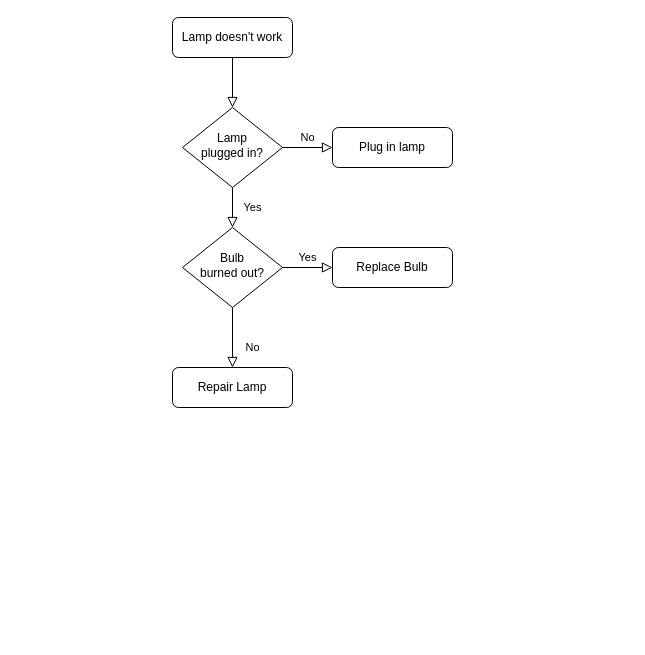
Before: Untitled Diagram.drawio in RaphaelSalexandre/Raphael-Souza-Alexandre, a draw.io diagram. Source tidied: cells renumbered, new cells numbered last; positions are measured from the earlier drawing's top-left corner, leaving out a move shared by most shapes. Both pictures are drawn from the tidied source at 100%, with x=0, y=0 at pixel (172, 17).
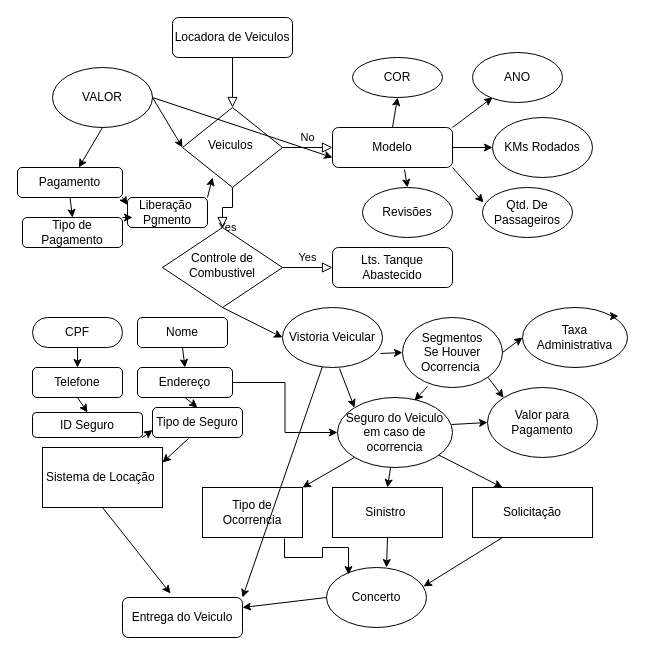
The same diagram, later.

What changed in the source:
```diff
@@
-    <mxCell id="3" value="Lamp doesn't work" style="rounded=1;whiteSpace=wrap;html=1;fontSize=12;glass=0;strokeWidth=1;shadow=0;" parent="1" vertex="1">
+    <mxCell id="3" value="Locadora de Veiculos" style="rounded=1;whiteSpace=wrap;html=1;fontSize=12;glass=0;strokeWidth=1;shadow=0;" parent="1" vertex="1">
       <mxGeometry width="120" height="40" as="geometry" />
     </mxCell>
@@
-    <mxCell id="6" value="Lamp&lt;br&gt;plugged in?" style="rhombus;whiteSpace=wrap;html=1;shadow=0;fontFamily=Helvetica;fontSize=12;align=center;strokeWidth=1;spacing=6;spacingTop=-4;" parent="1" vertex="1">
+    <mxCell id="6" value="Veiculos&lt;span style=&quot;white-space: pre&quot;&gt; &lt;/span&gt;" style="rhombus;whiteSpace=wrap;html=1;shadow=0;fontFamily=Helvetica;fontSize=12;align=center;strokeWidth=1;spacing=6;spacingTop=-4;" parent="1" vertex="1">
       <mxGeometry x="10" y="90" width="100" height="80" as="geometry" />
     </mxCell>
-    <mxCell id="7" value="Plug in lamp" style="rounded=1;whiteSpace=wrap;html=1;fontSize=12;glass=0;strokeWidth=1;shadow=0;" parent="1" vertex="1">
+    <mxCell id="7" value="Modelo" style="rounded=1;whiteSpace=wrap;html=1;fontSize=12;glass=0;strokeWidth=1;shadow=0;" parent="1" vertex="1">
       <mxGeometry x="160" y="110" width="120" height="40" as="geometry" />
     </mxCell>
-    <mxCell id="8" value="No" style="rounded=0;html=1;jettySize=auto;fontSize=11;endArrow=block;endFill=0;endSize=8;strokeWidth=1;shadow=0;labelBackgroundColor=none;edgeStyle=orthogonalEdgeStyle;" parent="1" edge="1" source="10" target="11">
-      <mxGeometry x="0.33" y="20" relative="1" as="geometry" />
-    </mxCell>
@@
-    <mxCell id="10" value="Bulb&lt;br&gt;burned out?" style="rhombus;whiteSpace=wrap;html=1;shadow=0;fontFamily=Helvetica;fontSize=12;align=center;strokeWidth=1;spacing=6;spacingTop=-4;" parent="1" vertex="1">
-      <mxGeometry x="10" y="210" width="100" height="80" as="geometry" />
+    <mxCell id="10" value="Controle de Combustivel" style="rhombus;whiteSpace=wrap;html=1;shadow=0;fontFamily=Helvetica;fontSize=12;align=center;strokeWidth=1;spacing=6;spacingTop=-4;" parent="1" vertex="1">
+      <mxGeometry x="-10" y="210" width="120" height="80" as="geometry" />
     </mxCell>
-    <mxCell id="11" value="Repair Lamp" style="rounded=1;whiteSpace=wrap;html=1;fontSize=12;glass=0;strokeWidth=1;shadow=0;" parent="1" vertex="1">
-      <mxGeometry y="350" width="120" height="40" as="geometry" />
+    <mxCell id="11" value="Entrega do Veiculo" style="rounded=1;whiteSpace=wrap;html=1;fontSize=12;glass=0;strokeWidth=1;shadow=0;" parent="1" vertex="1">
+      <mxGeometry x="-50" y="580" width="120" height="40" as="geometry" />
     </mxCell>
-    <mxCell id="12" value="Replace Bulb" style="rounded=1;whiteSpace=wrap;html=1;fontSize=12;glass=0;strokeWidth=1;shadow=0;" parent="1" vertex="1">
+    <mxCell id="12" value="Lts. Tanque Abastecido" style="rounded=1;whiteSpace=wrap;html=1;fontSize=12;glass=0;strokeWidth=1;shadow=0;" parent="1" vertex="1">
       <mxGeometry x="160" y="230" width="120" height="40" as="geometry" />
     </mxCell>
+    <mxCell id="13" value="COR" style="ellipse;whiteSpace=wrap;html=1;" parent="1" vertex="1">
+      <mxGeometry x="180" y="40" width="90" height="40" as="geometry" />
+    </mxCell>
+    <mxCell id="14" value="ANO" style="ellipse;whiteSpace=wrap;html=1;" parent="1" vertex="1">
+      <mxGeometry x="300" y="35" width="90" height="50" as="geometry" />
+    </mxCell>
+    <mxCell id="15" value="KMs Rodados" style="ellipse;whiteSpace=wrap;html=1;" parent="1" vertex="1">
+      <mxGeometry x="320" y="100" width="100" height="60" as="geometry" />
+    </mxCell>
+    <mxCell id="16" value="Revisões" style="ellipse;whiteSpace=wrap;html=1;" parent="1" vertex="1">
+      <mxGeometry x="190" y="170" width="90" height="50" as="geometry" />
+    </mxCell>
+    <mxCell id="17" value="Qtd. De Passageiros" style="ellipse;whiteSpace=wrap;html=1;" parent="1" vertex="1">
+      <mxGeometry x="310" y="170" width="90" height="50" as="geometry" />
+    </mxCell>
+    <mxCell id="18" value="VALOR" style="ellipse;whiteSpace=wrap;html=1;" parent="1" vertex="1">
+      <mxGeometry x="-120" y="50" width="100" height="60" as="geometry" />
+    </mxCell>
+    <mxCell id="19" style="endArrow=classic;startArrow=classic;html=1;rounded=0;entryX=0;entryY=0.5;entryDx=0;entryDy=0;exitX=0;exitY=0.75;exitDx=0;exitDy=0;" parent="1" edge="1" source="7" target="6">
+      <mxGeometry relative="1" as="geometry">
+        <Array as="points">
+          <mxPoint x="-20" y="80" />
+        </Array>
+      </mxGeometry>
+    </mxCell>
+    <mxCell id="20" style="endArrow=classic;html=1;rounded=0;entryX=0.5;entryY=1;entryDx=0;entryDy=0;exitX=0.5;exitY=0;exitDx=0;exitDy=0;" parent="1" edge="1" source="7" target="13">
+      <mxGeometry relative="1" as="geometry" />
+    </mxCell>
+    <mxCell id="21" style="endArrow=classic;html=1;rounded=0;exitX=1;exitY=0;exitDx=0;exitDy=0;entryX=0.222;entryY=0.9;entryDx=0;entryDy=0;entryPerimeter=0;" parent="1" edge="1" source="7" target="14">
+      <mxGeometry relative="1" as="geometry" />
+    </mxCell>
+    <mxCell id="22" style="endArrow=classic;html=1;rounded=0;exitX=1;exitY=0.5;exitDx=0;exitDy=0;entryX=0;entryY=0.5;entryDx=0;entryDy=0;" parent="1" edge="1" source="7" target="15">
+      <mxGeometry relative="1" as="geometry" />
+    </mxCell>
+    <mxCell id="23" style="endArrow=classic;html=1;rounded=0;entryX=0.011;entryY=0.3;entryDx=0;entryDy=0;entryPerimeter=0;exitX=1;exitY=1;exitDx=0;exitDy=0;" parent="1" edge="1" source="7" target="17">
+      <mxGeometry relative="1" as="geometry" />
+    </mxCell>
+    <mxCell id="24" style="endArrow=classic;html=1;rounded=0;exitX=0.6;exitY=1.05;exitDx=0;exitDy=0;exitPerimeter=0;entryX=0.5;entryY=0;entryDx=0;entryDy=0;" parent="1" edge="1" source="7" target="16">
+      <mxGeometry relative="1" as="geometry" />
+    </mxCell>
+    <mxCell id="25" value="Vistoria Veicular" style="ellipse;whiteSpace=wrap;html=1;" parent="1" vertex="1">
+      <mxGeometry x="110" y="290" width="100" height="60" as="geometry" />
+    </mxCell>
+    <mxCell id="26" value="Taxa Administrativa" style="ellipse;whiteSpace=wrap;html=1;" parent="1" vertex="1">
+      <mxGeometry x="350" y="290" width="105" height="60" as="geometry" />
+    </mxCell>
+    <mxCell id="27" value="Seguro do Veiculo em caso de ocorrencia" style="ellipse;whiteSpace=wrap;html=1;" parent="1" vertex="1">
+      <mxGeometry x="165" y="380" width="115" height="70" as="geometry" />
+    </mxCell>
+    <mxCell id="28" value="Valor para Pagamento" style="ellipse;whiteSpace=wrap;html=1;" parent="1" vertex="1">
+      <mxGeometry x="315" y="370" width="110" height="70" as="geometry" />
+    </mxCell>
+    <mxCell id="29" value="Tipo de Ocorrencia" style="rounded=0;whiteSpace=wrap;html=1;" parent="1" vertex="1">
+      <mxGeometry x="30" y="470" width="100" height="50" as="geometry" />
+    </mxCell>
+    <mxCell id="30" value="Solicitação" style="rounded=0;whiteSpace=wrap;html=1;" parent="1" vertex="1">
+      <mxGeometry x="300" y="470" width="120" height="50" as="geometry" />
+    </mxCell>
+    <mxCell id="31" value="Sinistro&amp;nbsp;" style="rounded=0;whiteSpace=wrap;html=1;" parent="1" vertex="1">
+      <mxGeometry x="160" y="470" width="110" height="50" as="geometry" />
+    </mxCell>
+    <mxCell id="32" value="Concerto" style="ellipse;whiteSpace=wrap;html=1;" parent="1" vertex="1">
+      <mxGeometry x="154" y="550" width="100" height="60" as="geometry" />
+    </mxCell>
+    <mxCell id="33" value="Segmentos&lt;br&gt;Se Houver Ocorrencia&amp;nbsp;" style="ellipse;whiteSpace=wrap;html=1;" parent="1" vertex="1">
+      <mxGeometry x="230" y="300" width="100" height="70" as="geometry" />
+    </mxCell>
+    <mxCell id="34" style="edgeStyle=orthogonalEdgeStyle;rounded=0;orthogonalLoop=1;jettySize=auto;html=1;exitX=1;exitY=0;exitDx=0;exitDy=0;entryX=0.914;entryY=0.15;entryDx=0;entryDy=0;entryPerimeter=0;" parent="1" edge="1" source="26" target="26">
+      <mxGeometry relative="1" as="geometry" />
+    </mxCell>
+    <mxCell id="35" style="endArrow=classic;html=1;rounded=0;exitX=0.5;exitY=1;exitDx=0;exitDy=0;entryX=0;entryY=0.5;entryDx=0;entryDy=0;" parent="1" edge="1" source="10" target="25">
+      <mxGeometry relative="1" as="geometry" />
+    </mxCell>
+    <mxCell id="36" style="endArrow=classic;html=1;rounded=0;entryX=1;entryY=0;entryDx=0;entryDy=0;" parent="1" edge="1" source="25" target="11">
+      <mxGeometry relative="1" as="geometry" />
+    </mxCell>
+    <mxCell id="37" style="endArrow=classic;html=1;rounded=0;entryX=0;entryY=0;entryDx=0;entryDy=0;exitX=0.57;exitY=1.017;exitDx=0;exitDy=0;exitPerimeter=0;" parent="1" edge="1" source="25" target="27">
+      <mxGeometry relative="1" as="geometry" />
+    </mxCell>
+    <mxCell id="38" style="endArrow=classic;html=1;rounded=0;exitX=0.98;exitY=0.767;exitDx=0;exitDy=0;exitPerimeter=0;entryX=0;entryY=0.5;entryDx=0;entryDy=0;" parent="1" edge="1" source="25" target="33">
+      <mxGeometry relative="1" as="geometry" />
+    </mxCell>
+    <mxCell id="39" style="endArrow=classic;html=1;rounded=0;exitX=0.25;exitY=0.986;exitDx=0;exitDy=0;exitPerimeter=0;entryX=0.67;entryY=0.043;entryDx=0;entryDy=0;entryPerimeter=0;" parent="1" edge="1" source="33" target="27">
+      <mxGeometry relative="1" as="geometry" />
+    </mxCell>
+    <mxCell id="40" style="endArrow=classic;html=1;rounded=0;exitX=0.991;exitY=0.386;exitDx=0;exitDy=0;exitPerimeter=0;entryX=0;entryY=0.5;entryDx=0;entryDy=0;" parent="1" edge="1" source="27" target="28">
+      <mxGeometry relative="1" as="geometry" />
+    </mxCell>
+    <mxCell id="41" style="endArrow=classic;html=1;rounded=0;entryX=0;entryY=0.5;entryDx=0;entryDy=0;exitX=1;exitY=0.5;exitDx=0;exitDy=0;" parent="1" edge="1" source="33" target="26">
+      <mxGeometry relative="1" as="geometry" />
+    </mxCell>
+    <mxCell id="42" style="endArrow=classic;html=1;rounded=0;entryX=0;entryY=0;entryDx=0;entryDy=0;exitX=1;exitY=1;exitDx=0;exitDy=0;" parent="1" edge="1" source="33" target="28">
+      <mxGeometry relative="1" as="geometry" />
+    </mxCell>
+    <mxCell id="43" style="endArrow=classic;html=1;rounded=0;exitX=0;exitY=1;exitDx=0;exitDy=0;entryX=1;entryY=0;entryDx=0;entryDy=0;" parent="1" edge="1" source="27" target="29">
+      <mxGeometry relative="1" as="geometry" />
+    </mxCell>
+    <mxCell id="44" style="endArrow=classic;html=1;rounded=0;entryX=0.5;entryY=0;entryDx=0;entryDy=0;" parent="1" edge="1" source="27" target="31">
+      <mxGeometry relative="1" as="geometry" />
+    </mxCell>
+    <mxCell id="45" style="endArrow=classic;html=1;rounded=0;entryX=0.25;entryY=0;entryDx=0;entryDy=0;" parent="1" edge="1" source="27" target="30">
+      <mxGeometry relative="1" as="geometry" />
+    </mxCell>
+    <mxCell id="46" style="edgeStyle=orthogonalEdgeStyle;rounded=0;jettySize=auto;html=1;exitX=0.82;exitY=1.02;exitDx=0;exitDy=0;entryX=0.22;entryY=0.117;entryDx=0;entryDy=0;entryPerimeter=0;exitPerimeter=0;" parent="1" edge="1" source="29" target="32">
+      <mxGeometry relative="1" as="geometry" />
+    </mxCell>
+    <mxCell id="47" style="endArrow=classic;html=1;rounded=0;entryX=0.6;entryY=0;entryDx=0;entryDy=0;entryPerimeter=0;exitX=0.5;exitY=1;exitDx=0;exitDy=0;" parent="1" edge="1" source="31" target="32">
+      <mxGeometry relative="1" as="geometry" />
+    </mxCell>
+    <mxCell id="48" style="endArrow=classic;html=1;rounded=0;entryX=0.97;entryY=0.317;entryDx=0;entryDy=0;exitX=0.25;exitY=1;exitDx=0;exitDy=0;entryPerimeter=0;" parent="1" edge="1" source="30" target="32">
+      <mxGeometry relative="1" as="geometry" />
+    </mxCell>
+    <mxCell id="49" value="Sistema de Locação&amp;nbsp;" style="rounded=0;whiteSpace=wrap;html=1;" parent="1" vertex="1">
+      <mxGeometry x="-130" y="430" width="120" height="60" as="geometry" />
+    </mxCell>
+    <mxCell id="50" style="endArrow=classic;html=1;rounded=0;entryX=1;entryY=0.25;entryDx=0;entryDy=0;exitX=0;exitY=0.5;exitDx=0;exitDy=0;" parent="1" edge="1" source="32" target="11">
+      <mxGeometry relative="1" as="geometry" />
+    </mxCell>
+    <mxCell id="51" value="CPF" style="rounded=1;whiteSpace=wrap;html=1;arcSize=50;" parent="1" vertex="1">
+      <mxGeometry x="-140" y="300" width="90" height="30" as="geometry" />
+    </mxCell>
+    <mxCell id="52" value="Nome" style="rounded=1;whiteSpace=wrap;html=1;" parent="1" vertex="1">
+      <mxGeometry x="-35" y="300" width="90" height="30" as="geometry" />
+    </mxCell>
+    <mxCell id="53" value="Telefone" style="rounded=1;whiteSpace=wrap;html=1;" parent="1" vertex="1">
+      <mxGeometry x="-140" y="350" width="90" height="30" as="geometry" />
+    </mxCell>
+    <mxCell id="54" style="edgeStyle=orthogonalEdgeStyle;rounded=0;jettySize=auto;html=1;" parent="1" edge="1" source="55" target="27">
+      <mxGeometry relative="1" as="geometry" />
+    </mxCell>
+    <mxCell id="55" value="Endereço" style="rounded=1;whiteSpace=wrap;html=1;" parent="1" vertex="1">
+      <mxGeometry x="-35" y="350" width="95" height="30" as="geometry" />
+    </mxCell>
+    <mxCell id="56" value="ID Seguro" style="rounded=1;whiteSpace=wrap;html=1;" parent="1" vertex="1">
+      <mxGeometry x="-140" y="395" width="110" height="25" as="geometry" />
+    </mxCell>
+    <mxCell id="57" value="Tipo de Seguro" style="rounded=1;whiteSpace=wrap;html=1;" parent="1" vertex="1">
+      <mxGeometry x="-20" y="390" width="90" height="30" as="geometry" />
+    </mxCell>
+    <mxCell id="58" style="endArrow=classic;html=1;rounded=0;exitX=0.5;exitY=1;exitDx=0;exitDy=0;entryX=0.4;entryY=-0.1;entryDx=0;entryDy=0;entryPerimeter=0;" parent="1" edge="1" source="49" target="11">
+      <mxGeometry relative="1" as="geometry" />
+    </mxCell>
+    <mxCell id="59" style="endArrow=classic;html=1;rounded=0;exitX=0.5;exitY=1;exitDx=0;exitDy=0;entryX=0.5;entryY=0;entryDx=0;entryDy=0;" parent="1" edge="1" source="51" target="53">
+      <mxGeometry relative="1" as="geometry" />
+    </mxCell>
+    <mxCell id="60" style="endArrow=classic;html=1;rounded=0;entryX=0.5;entryY=0;entryDx=0;entryDy=0;exitX=0.5;exitY=1;exitDx=0;exitDy=0;" parent="1" edge="1" source="52" target="55">
+      <mxGeometry relative="1" as="geometry" />
+    </mxCell>
+    <mxCell id="61" style="endArrow=classic;html=1;rounded=0;exitX=0.5;exitY=1;exitDx=0;exitDy=0;entryX=0.5;entryY=0;entryDx=0;entryDy=0;" parent="1" edge="1" source="53" target="56">
+      <mxGeometry relative="1" as="geometry" />
+    </mxCell>
+    <mxCell id="62" style="endArrow=classic;html=1;rounded=0;entryX=0.5;entryY=0;entryDx=0;entryDy=0;exitX=0.5;exitY=1;exitDx=0;exitDy=0;" parent="1" edge="1" source="55" target="57">
+      <mxGeometry relative="1" as="geometry" />
+    </mxCell>
+    <mxCell id="63" style="endArrow=classic;html=1;rounded=0;entryX=1;entryY=0.25;entryDx=0;entryDy=0;exitX=0.4;exitY=1.033;exitDx=0;exitDy=0;exitPerimeter=0;" parent="1" edge="1" source="57" target="49">
+      <mxGeometry relative="1" as="geometry" />
+    </mxCell>
+    <mxCell id="64" style="endArrow=classic;html=1;rounded=0;entryX=0;entryY=0.75;entryDx=0;entryDy=0;exitX=1;exitY=1;exitDx=0;exitDy=0;" parent="1" edge="1" source="56" target="57">
+      <mxGeometry relative="1" as="geometry" />
+    </mxCell>
+    <mxCell id="65" style="endArrow=classic;html=1;rounded=0;exitX=0.5;exitY=1;exitDx=0;exitDy=0;" parent="1" edge="1" source="18" target="66">
+      <mxGeometry relative="1" as="geometry" />
+    </mxCell>
+    <mxCell id="66" value="Pagamento" style="rounded=1;whiteSpace=wrap;html=1;" parent="1" vertex="1">
+      <mxGeometry x="-155" y="150" width="105" height="30" as="geometry" />
+    </mxCell>
+    <mxCell id="67" value="Tipo de Pagamento" style="rounded=1;whiteSpace=wrap;html=1;" parent="1" vertex="1">
+      <mxGeometry x="-150" y="200" width="100" height="30" as="geometry" />
+    </mxCell>
+    <mxCell id="68" style="endArrow=classic;html=1;rounded=0;exitX=0.5;exitY=1;exitDx=0;exitDy=0;entryX=0.5;entryY=0;entryDx=0;entryDy=0;" parent="1" edge="1" source="66" target="67">
+      <mxGeometry relative="1" as="geometry" />
+    </mxCell>
+    <mxCell id="69" value="Liberação&amp;nbsp;&lt;br&gt;Pgmento" style="rounded=1;whiteSpace=wrap;html=1;" parent="1" vertex="1">
+      <mxGeometry x="-45" y="180" width="80" height="30" as="geometry" />
+    </mxCell>
+    <mxCell id="70" style="endArrow=classic;html=1;rounded=0;exitX=1;exitY=0;exitDx=0;exitDy=0;" parent="1" edge="1" source="67">
+      <mxGeometry relative="1" as="geometry">
+        <mxPoint x="-40" y="200" as="targetPoint" />
+      </mxGeometry>
+    </mxCell>
+    <mxCell id="71" style="endArrow=classic;html=1;rounded=0;exitX=1;exitY=1;exitDx=0;exitDy=0;entryX=0;entryY=0.25;entryDx=0;entryDy=0;" parent="1" edge="1" source="66" target="69">
+      <mxGeometry relative="1" as="geometry" />
+    </mxCell>
+    <mxCell id="72" style="endArrow=classic;html=1;rounded=0;exitX=1;exitY=0;exitDx=0;exitDy=0;entryX=0.3;entryY=0.875;entryDx=0;entryDy=0;entryPerimeter=0;" parent="1" edge="1" source="69" target="6">
+      <mxGeometry relative="1" as="geometry" />
+    </mxCell>
```
